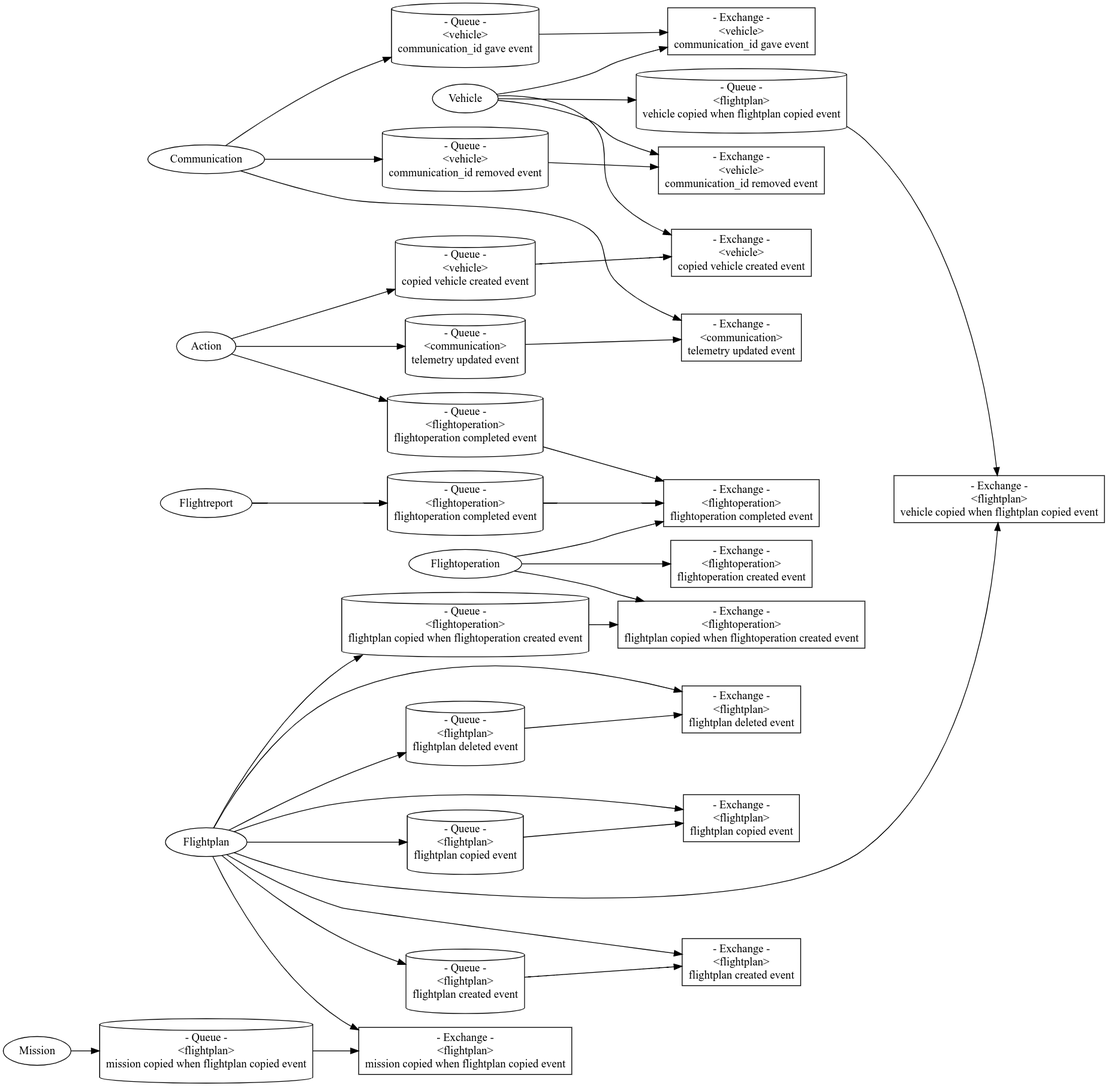
Above: assets/generated/event.png in Tomofiles/skysign_cloud_v2 (Graphviz), before the change. Its source is kept beside it as assets/event.gv. The source it was exported from:
```dot
digraph G {
    rankdir = LR;

    Vehicle [label="Vehicle"]
    VehicleExchange1 [label="- Exchange -\n<vehicle>\ncommunication_id gave event", shape=Box];
    VehicleExchange2 [label="- Exchange -\n<vehicle>\ncommunication_id removed event", shape=Box];
    VehicleExchange3 [label="- Exchange -\n<vehicle>\ncopied vehicle created event", shape=Box];
    VehicleQueue1 [label="- Queue -\n<flightplan>\nvehicle copied when flightplan copied event", shape=cylinder];

    Communication [label="Communication"]
    CommunicationExchange1 [label="- Exchange -\n<communication>\ntelemetry updated event", shape=Box];
    CommunicationQueue1 [label="- Queue -\n<vehicle>\ncommunication_id gave event", shape=cylinder];
    CommunicationQueue2 [label="- Queue -\n<vehicle>\ncommunication_id removed event", shape=cylinder];

    Action [label="Action"]
    ActionQueue1 [label="- Queue -\n<vehicle>\ncopied vehicle created event", shape=cylinder];
    ActionQueue2 [label="- Queue -\n<communication>\ntelemetry updated event", shape=cylinder];
    ActionQueue3 [label="- Queue -\n<flightoperation>\nflightoperation completed event", shape=cylinder];

    Mission [label="Mission"]
    MissionQueue1 [label="- Queue -\n<flightplan>\nmission copied when flightplan copied event", shape=cylinder];

    Flightplan [label="Flightplan"]
    FlightplanExchange1 [label="- Exchange -\n<flightplan>\nflightplan created event", shape=Box];
    FlightplanExchange2 [label="- Exchange -\n<flightplan>\nflightplan deleted event", shape=Box];
    FlightplanExchange3 [label="- Exchange -\n<flightplan>\nflightplan copied event", shape=Box];
    FlightplanExchange4 [label="- Exchange -\n<flightplan>\nvehicle copied when flightplan copied event", shape=Box];
    FlightplanExchange5 [label="- Exchange -\n<flightplan>\nmission copied when flightplan copied event", shape=Box];
    FlightplanQueue1 [label="- Queue -\n<flightplan>\nflightplan created event", shape=cylinder];
    FlightplanQueue2 [label="- Queue -\n<flightplan>\nflightplan deleted event", shape=cylinder];
    FlightplanQueue3 [label="- Queue -\n<flightplan>\nflightplan copied event", shape=cylinder];
    FlightplanQueue4 [label="- Queue -\n<flightoperation>\nflightplan copied when flightoperation created event", shape=cylinder];

    Flightoperation [label="Flightoperation"]
    FlightoperationExchange1 [label="- Exchange -\n<flightoperation>\nflightoperation created event", shape=Box];
    FlightoperationExchange2 [label="- Exchange -\n<flightoperation>\nflightoperation completed event", shape=Box];
    FlightoperationExchange3 [label="- Exchange -\n<flightoperation>\nflightplan copied when flightoperation created event", shape=Box];

    Flightreport [label="Flightreport"]
    FlightreportQueue1 [label="- Queue -\n<flightoperation>\nflightoperation completed event", shape=cylinder];

    Vehicle -> VehicleExchange1;
    Vehicle -> VehicleExchange2;
    Vehicle -> VehicleExchange3;
    Vehicle -> VehicleQueue1;

    Communication -> CommunicationExchange1;
    Communication -> CommunicationQueue1;
    Communication -> CommunicationQueue2;

    Mission -> MissionQueue1;

    Flightplan -> FlightplanExchange1;
    Flightplan -> FlightplanExchange2;
    Flightplan -> FlightplanExchange3;
    Flightplan -> FlightplanExchange4;
    Flightplan -> FlightplanExchange5;
    Flightplan -> FlightplanQueue1;
    Flightplan -> FlightplanQueue2;
    Flightplan -> FlightplanQueue3;
    Flightplan -> FlightplanQueue4;

    Action -> ActionQueue1;
    Action -> ActionQueue2;
    Action -> ActionQueue3;

    Flightoperation -> FlightoperationExchange1;
    Flightoperation -> FlightoperationExchange2;
    Flightoperation -> FlightoperationExchange3;

    Flightreport -> FlightreportQueue1;

    VehicleQueue1 -> FlightplanExchange4;

    CommunicationQueue1 -> VehicleExchange1;
    CommunicationQueue2 -> VehicleExchange2;

    MissionQueue1 -> FlightplanExchange5;

    ActionQueue1 -> VehicleExchange3;
    ActionQueue2 -> CommunicationExchange1;

    FlightplanQueue1 -> FlightplanExchange1;
    FlightplanQueue2 -> FlightplanExchange2;
    FlightplanQueue3 -> FlightplanExchange3;
    FlightplanQueue4 -> FlightoperationExchange3;

    FlightreportQueue1 -> FlightoperationExchange2;

    ActionQueue3 -> FlightoperationExchange2;
}
```
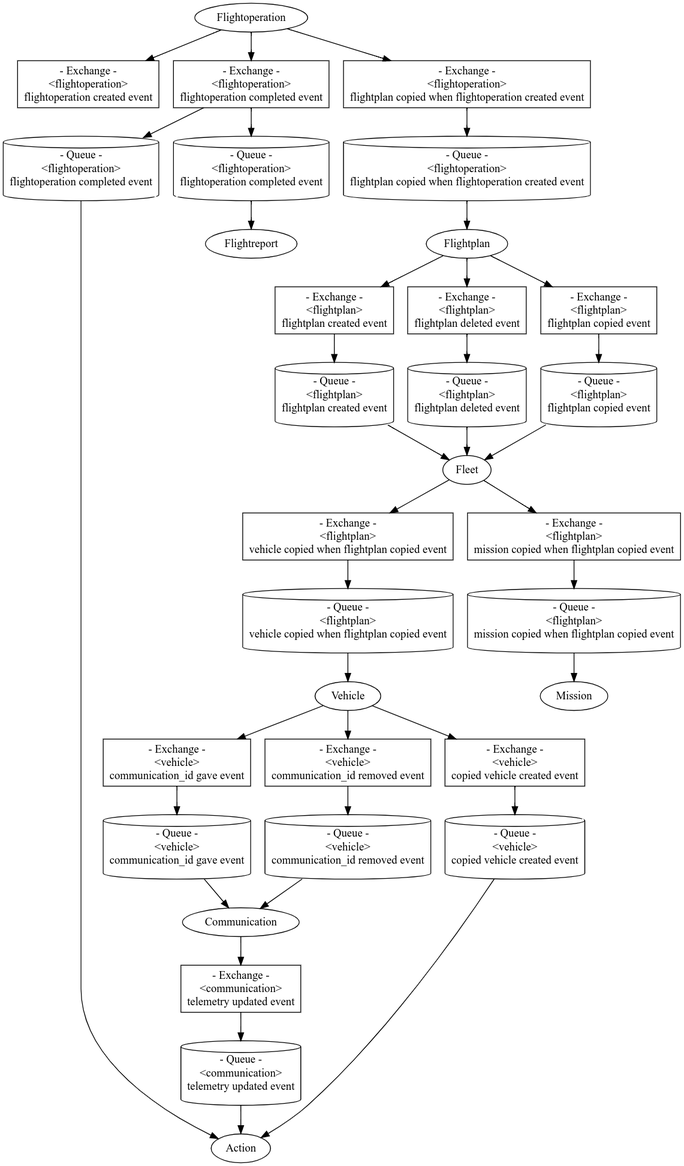
Above is the later version.

Commit message:
コンポーネント間のドメインイベントのフローを整理

Diff of the diagram source:
```diff
@@ -1,5 +1,5 @@
 digraph G {
-    rankdir = LR;
+    rankdir = TB;
 
     Vehicle [label="Vehicle"]
     VehicleExchange1 [label="- Exchange -\n<vehicle>\ncommunication_id gave event", shape=Box];
@@ -24,12 +24,14 @@
     FlightplanExchange1 [label="- Exchange -\n<flightplan>\nflightplan created event", shape=Box];
     FlightplanExchange2 [label="- Exchange -\n<flightplan>\nflightplan deleted event", shape=Box];
     FlightplanExchange3 [label="- Exchange -\n<flightplan>\nflightplan copied event", shape=Box];
-    FlightplanExchange4 [label="- Exchange -\n<flightplan>\nvehicle copied when flightplan copied event", shape=Box];
-    FlightplanExchange5 [label="- Exchange -\n<flightplan>\nmission copied when flightplan copied event", shape=Box];
-    FlightplanQueue1 [label="- Queue -\n<flightplan>\nflightplan created event", shape=cylinder];
-    FlightplanQueue2 [label="- Queue -\n<flightplan>\nflightplan deleted event", shape=cylinder];
-    FlightplanQueue3 [label="- Queue -\n<flightplan>\nflightplan copied event", shape=cylinder];
-    FlightplanQueue4 [label="- Queue -\n<flightoperation>\nflightplan copied when flightoperation created event", shape=cylinder];
+    FlightplanQueue1 [label="- Queue -\n<flightoperation>\nflightplan copied when flightoperation created event", shape=cylinder];
+
+    Fleet [label="Fleet"]
+    FleetExchange1 [label="- Exchange -\n<flightplan>\nvehicle copied when flightplan copied event", shape=Box];
+    FleetExchange2 [label="- Exchange -\n<flightplan>\nmission copied when flightplan copied event", shape=Box];
+    FleetQueue1 [label="- Queue -\n<flightplan>\nflightplan created event", shape=cylinder];
+    FleetQueue2 [label="- Queue -\n<flightplan>\nflightplan deleted event", shape=cylinder];
+    FleetQueue3 [label="- Queue -\n<flightplan>\nflightplan copied event", shape=cylinder];
 
     Flightoperation [label="Flightoperation"]
     FlightoperationExchange1 [label="- Exchange -\n<flightoperation>\nflightoperation created event", shape=Box];
@@ -42,50 +44,55 @@
     Vehicle -> VehicleExchange1;
     Vehicle -> VehicleExchange2;
     Vehicle -> VehicleExchange3;
-    Vehicle -> VehicleQueue1;
+    VehicleQueue1 -> Vehicle;
 
     Communication -> CommunicationExchange1;
-    Communication -> CommunicationQueue1;
-    Communication -> CommunicationQueue2;
+    CommunicationQueue1 -> Communication;
+    CommunicationQueue2 -> Communication;
 
-    Mission -> MissionQueue1;
+    MissionQueue1 -> Mission;
 
     Flightplan -> FlightplanExchange1;
     Flightplan -> FlightplanExchange2;
     Flightplan -> FlightplanExchange3;
-    Flightplan -> FlightplanExchange4;
-    Flightplan -> FlightplanExchange5;
-    Flightplan -> FlightplanQueue1;
-    Flightplan -> FlightplanQueue2;
-    Flightplan -> FlightplanQueue3;
-    Flightplan -> FlightplanQueue4;
+    FlightplanQueue1 -> Flightplan;
 
-    Action -> ActionQueue1;
-    Action -> ActionQueue2;
-    Action -> ActionQueue3;
+    Fleet -> FleetExchange1;
+    Fleet -> FleetExchange2;
+    FleetQueue1 -> Fleet;
+    FleetQueue2 -> Fleet;
+    FleetQueue3 -> Fleet;
+
+    ActionQueue1 -> Action;
+    ActionQueue2 -> Action;
+    ActionQueue3 -> Action;
 
     Flightoperation -> FlightoperationExchange1;
     Flightoperation -> FlightoperationExchange2;
     Flightoperation -> FlightoperationExchange3;
 
-    Flightreport -> FlightreportQueue1;
+    FlightreportQueue1 -> Flightreport;
 
-    VehicleQueue1 -> FlightplanExchange4;
+    FleetExchange1 -> VehicleQueue1;
 
-    CommunicationQueue1 -> VehicleExchange1;
-    CommunicationQueue2 -> VehicleExchange2;
+    VehicleExchange1 -> CommunicationQueue1;
+    VehicleExchange2 -> CommunicationQueue2;
 
-    MissionQueue1 -> FlightplanExchange5;
+    FleetExchange2 -> MissionQueue1;
 
-    ActionQueue1 -> VehicleExchange3;
-    ActionQueue2 -> CommunicationExchange1;
+    VehicleExchange3 -> ActionQueue1;
 
-    FlightplanQueue1 -> FlightplanExchange1;
-    FlightplanQueue2 -> FlightplanExchange2;
-    FlightplanQueue3 -> FlightplanExchange3;
-    FlightplanQueue4 -> FlightoperationExchange3;
+    CommunicationExchange1 -> ActionQueue2;
 
-    FlightreportQueue1 -> FlightoperationExchange2;
+    FlightplanExchange1 -> FleetQueue1;
+    FlightplanExchange2 -> FleetQueue2;
+    FlightplanExchange3 -> FleetQueue3;
 
-    ActionQueue3 -> FlightoperationExchange2;
+    FlightoperationExchange2 -> FlightreportQueue1;
+    FlightoperationExchange2 -> ActionQueue3;
+    FlightoperationExchange3 -> FlightplanQueue1;
+
+    {rank = same; VehicleExchange1; VehicleExchange2; VehicleExchange3;}
+    {rank = same; CommunicationQueue1; CommunicationQueue2; ActionQueue1;}
+    {rank = same; FlightreportQueue1; ActionQueue3;}
 }
```
